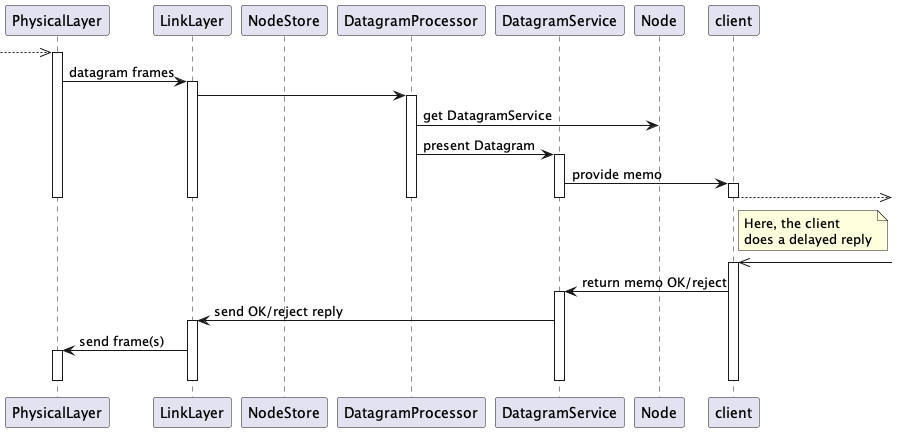
bobjacobsen/OpenlcbLibrary keeps this PlantUML diagram as Sources/OpenlcbLibrary/Documentation.docc/ReceiveDatagramDelayInteractions.png. Above is the earlier version.
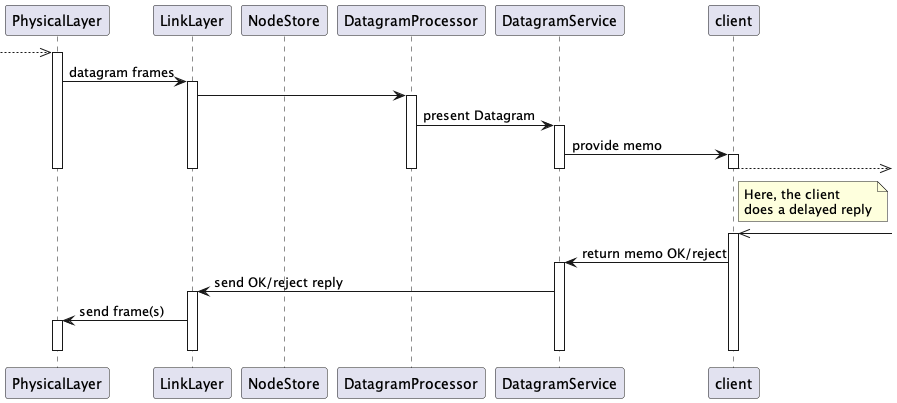
After the change.

Diff of the diagram source:
```diff
@@ -5,7 +5,6 @@
 participant NodeStore
 participant DatagramProcessor
 participant DatagramService
-participant Node
 participant client
 
 -->> PhysicalLayer
@@ -15,7 +14,6 @@
 LinkLayer -> DatagramProcessor
 
 activate DatagramProcessor
-DatagramProcessor -> Node : get DatagramService
 DatagramProcessor -> DatagramService : present Datagram
 
 activate DatagramService
```
